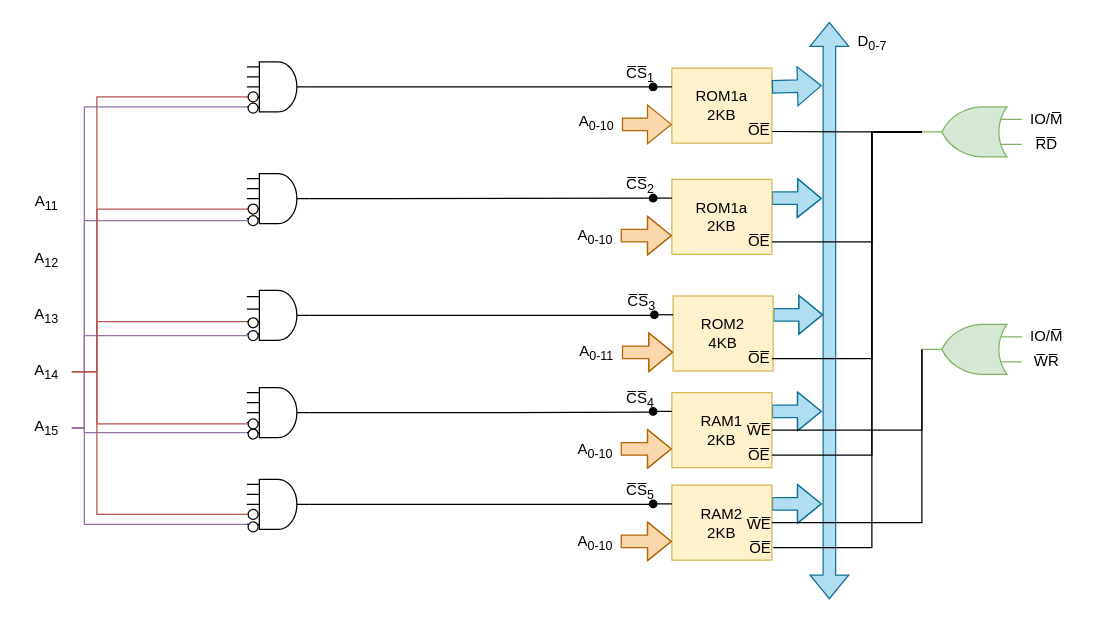
This is Exercise6_b_Circuit.drawio from konstantinosk31/Microcomputer-Systems, a draw.io file, before an edit. Source tidied: cells renumbered, new cells numbered last; positions are measured from the earlier drawing's top-left corner, leaving out a move shared by most shapes. Both pictures are drawn from the tidied source at 125%, with x=0, y=0 at pixel (21, 21).
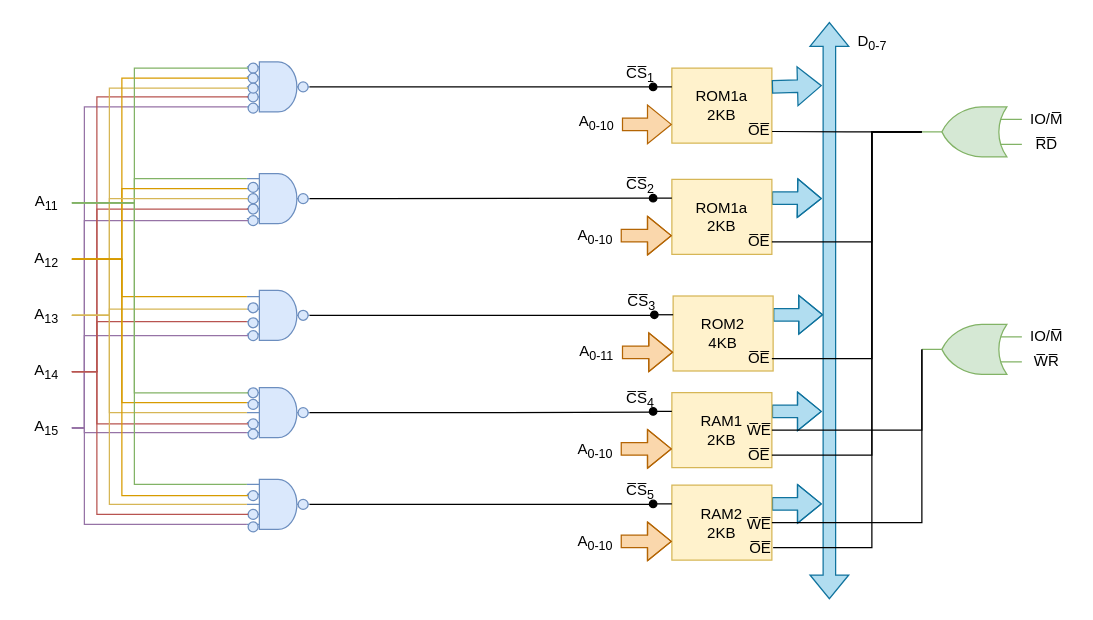
The same page after the edit.

The change refers to these unchanged cells:
```xml
<mxCell id="6" value="A&lt;sub&gt;11&lt;/sub&gt;" style="text;html=1;align=center;verticalAlign=middle;whiteSpace=wrap;rounded=0;flipV=1;flipH=0;" parent="1" vertex="1">
  <mxGeometry y="134.7" width="40" height="20" as="geometry" />
</mxCell>
<mxCell id="7" value="A&lt;sub&gt;12&lt;/sub&gt;" style="text;html=1;align=center;verticalAlign=middle;whiteSpace=wrap;rounded=0;flipV=1;flipH=0;" parent="1" vertex="1">
  <mxGeometry y="179.7" width="40" height="20" as="geometry" />
</mxCell>
<mxCell id="8" value="A&lt;sub&gt;13&lt;/sub&gt;" style="text;html=1;align=center;verticalAlign=middle;whiteSpace=wrap;rounded=0;flipV=1;flipH=0;" parent="1" vertex="1">
  <mxGeometry y="224.7" width="40" height="20" as="geometry" />
</mxCell>
```

Change to the diagram source:
```diff
@@
-    <mxCell id="64" style="verticalLabelPosition=bottom;shadow=0;dashed=0;align=center;html=1;verticalAlign=top;shape=mxgraph.electrical.logic_gates.logic_gate;operation=and;numInputs=5;" parent="1" vertex="1">
+    <mxCell id="64" style="verticalLabelPosition=bottom;shadow=0;dashed=0;align=center;html=1;verticalAlign=top;shape=mxgraph.electrical.logic_gates.logic_gate;operation=and;numInputs=5;fillColor=#dae8fc;strokeColor=#6c8ebf;" parent="1" vertex="1">
       <mxGeometry x="180" y="32" width="50" height="40" as="geometry" />
     </mxCell>
-    <mxCell id="65" style="verticalLabelPosition=bottom;shadow=0;dashed=0;align=center;html=1;verticalAlign=top;shape=mxgraph.electrical.logic_gates.logic_gate;operation=and;numInputs=5;" parent="1" vertex="1">
+    <mxCell id="65" style="verticalLabelPosition=bottom;shadow=0;dashed=0;align=center;html=1;verticalAlign=top;shape=mxgraph.electrical.logic_gates.logic_gate;operation=and;numInputs=5;fillColor=#dae8fc;strokeColor=#6c8ebf;" parent="1" vertex="1">
       <mxGeometry x="180" y="121.4" width="50" height="40" as="geometry" />
     </mxCell>
-    <mxCell id="66" style="verticalLabelPosition=bottom;shadow=0;dashed=0;align=center;html=1;verticalAlign=top;shape=mxgraph.electrical.logic_gates.logic_gate;operation=and;numInputs=4;" parent="1" vertex="1">
+    <mxCell id="66" style="verticalLabelPosition=bottom;shadow=0;dashed=0;align=center;html=1;verticalAlign=top;shape=mxgraph.electrical.logic_gates.logic_gate;operation=and;numInputs=4;fillColor=#dae8fc;strokeColor=#6c8ebf;" parent="1" vertex="1">
       <mxGeometry x="180" y="214.7" width="50" height="40" as="geometry" />
     </mxCell>
-    <mxCell id="67" style="verticalLabelPosition=bottom;shadow=0;dashed=0;align=center;html=1;verticalAlign=top;shape=mxgraph.electrical.logic_gates.logic_gate;operation=and;numInputs=5;" parent="1" vertex="1">
+    <mxCell id="67" style="verticalLabelPosition=bottom;shadow=0;dashed=0;align=center;html=1;verticalAlign=top;shape=mxgraph.electrical.logic_gates.logic_gate;operation=and;numInputs=5;fillColor=#dae8fc;strokeColor=#6c8ebf;" parent="1" vertex="1">
       <mxGeometry x="180" y="292.6" width="50" height="40" as="geometry" />
     </mxCell>
-    <mxCell id="68" style="verticalLabelPosition=bottom;shadow=0;dashed=0;align=center;html=1;verticalAlign=top;shape=mxgraph.electrical.logic_gates.logic_gate;operation=and;numInputs=5;" parent="1" vertex="1">
+    <mxCell id="68" style="verticalLabelPosition=bottom;shadow=0;dashed=0;align=center;html=1;verticalAlign=top;shape=mxgraph.electrical.logic_gates.logic_gate;operation=and;numInputs=5;fillColor=#dae8fc;strokeColor=#6c8ebf;" parent="1" vertex="1">
       <mxGeometry x="180" y="366" width="50" height="40" as="geometry" />
     </mxCell>
-    <mxCell id="69" style="verticalLabelPosition=bottom;shadow=0;dashed=0;align=center;html=1;verticalAlign=top;shape=mxgraph.electrical.logic_gates.inverting_contact;" parent="1" vertex="1">
+    <mxCell id="69" style="verticalLabelPosition=bottom;shadow=0;dashed=0;align=center;html=1;verticalAlign=top;shape=mxgraph.electrical.logic_gates.inverting_contact;fillColor=#dae8fc;strokeColor=#6c8ebf;" parent="1" vertex="1">
       <mxGeometry x="180" y="55" width="10" height="10" as="geometry" />
     </mxCell>
-    <mxCell id="70" style="verticalLabelPosition=bottom;shadow=0;dashed=0;align=center;html=1;verticalAlign=top;shape=mxgraph.electrical.logic_gates.inverting_contact;" parent="1" vertex="1">
+    <mxCell id="70" style="verticalLabelPosition=bottom;shadow=0;dashed=0;align=center;html=1;verticalAlign=top;shape=mxgraph.electrical.logic_gates.inverting_contact;fillColor=#dae8fc;strokeColor=#6c8ebf;" parent="1" vertex="1">
       <mxGeometry x="180" y="64" width="10" height="10" as="geometry" />
     </mxCell>
-    <mxCell id="71" style="verticalLabelPosition=bottom;shadow=0;dashed=0;align=center;html=1;verticalAlign=top;shape=mxgraph.electrical.logic_gates.inverting_contact;" parent="1" vertex="1">
+    <mxCell id="71" style="verticalLabelPosition=bottom;shadow=0;dashed=0;align=center;html=1;verticalAlign=top;shape=mxgraph.electrical.logic_gates.inverting_contact;fillColor=#dae8fc;strokeColor=#6c8ebf;" parent="1" vertex="1">
       <mxGeometry x="180" y="144.7" width="10" height="10" as="geometry" />
     </mxCell>
-    <mxCell id="72" style="verticalLabelPosition=bottom;shadow=0;dashed=0;align=center;html=1;verticalAlign=top;shape=mxgraph.electrical.logic_gates.inverting_contact;" parent="1" vertex="1">
+    <mxCell id="72" style="verticalLabelPosition=bottom;shadow=0;dashed=0;align=center;html=1;verticalAlign=top;shape=mxgraph.electrical.logic_gates.inverting_contact;fillColor=#dae8fc;strokeColor=#6c8ebf;" parent="1" vertex="1">
       <mxGeometry x="180" y="154" width="10" height="10" as="geometry" />
     </mxCell>
-    <mxCell id="73" style="verticalLabelPosition=bottom;shadow=0;dashed=0;align=center;html=1;verticalAlign=top;shape=mxgraph.electrical.logic_gates.inverting_contact;" parent="1" vertex="1">
+    <mxCell id="73" style="verticalLabelPosition=bottom;shadow=0;dashed=0;align=center;html=1;verticalAlign=top;shape=mxgraph.electrical.logic_gates.inverting_contact;fillColor=#dae8fc;strokeColor=#6c8ebf;" parent="1" vertex="1">
       <mxGeometry x="180" y="235.7" width="10" height="10" as="geometry" />
     </mxCell>
-    <mxCell id="74" style="verticalLabelPosition=bottom;shadow=0;dashed=0;align=center;html=1;verticalAlign=top;shape=mxgraph.electrical.logic_gates.inverting_contact;" parent="1" vertex="1">
+    <mxCell id="74" style="verticalLabelPosition=bottom;shadow=0;dashed=0;align=center;html=1;verticalAlign=top;shape=mxgraph.electrical.logic_gates.inverting_contact;fillColor=#dae8fc;strokeColor=#6c8ebf;" parent="1" vertex="1">
       <mxGeometry x="180" y="246" width="10" height="10" as="geometry" />
     </mxCell>
-    <mxCell id="75" style="verticalLabelPosition=bottom;shadow=0;dashed=0;align=center;html=1;verticalAlign=top;shape=mxgraph.electrical.logic_gates.inverting_contact;" parent="1" vertex="1">
+    <mxCell id="75" style="verticalLabelPosition=bottom;shadow=0;dashed=0;align=center;html=1;verticalAlign=top;shape=mxgraph.electrical.logic_gates.inverting_contact;fillColor=#dae8fc;strokeColor=#6c8ebf;" parent="1" vertex="1">
       <mxGeometry x="180" y="316.6" width="10" height="10" as="geometry" />
     </mxCell>
-    <mxCell id="76" style="verticalLabelPosition=bottom;shadow=0;dashed=0;align=center;html=1;verticalAlign=top;shape=mxgraph.electrical.logic_gates.inverting_contact;" parent="1" vertex="1">
+    <mxCell id="76" style="verticalLabelPosition=bottom;shadow=0;dashed=0;align=center;html=1;verticalAlign=top;shape=mxgraph.electrical.logic_gates.inverting_contact;fillColor=#dae8fc;strokeColor=#6c8ebf;" parent="1" vertex="1">
       <mxGeometry x="180" y="324.7" width="10" height="10" as="geometry" />
     </mxCell>
-    <mxCell id="77" style="verticalLabelPosition=bottom;shadow=0;dashed=0;align=center;html=1;verticalAlign=top;shape=mxgraph.electrical.logic_gates.inverting_contact;" parent="1" vertex="1">
+    <mxCell id="77" style="verticalLabelPosition=bottom;shadow=0;dashed=0;align=center;html=1;verticalAlign=top;shape=mxgraph.electrical.logic_gates.inverting_contact;fillColor=#dae8fc;strokeColor=#6c8ebf;" parent="1" vertex="1">
       <mxGeometry x="180" y="389" width="10" height="10" as="geometry" />
     </mxCell>
-    <mxCell id="78" style="verticalLabelPosition=bottom;shadow=0;dashed=0;align=center;html=1;verticalAlign=top;shape=mxgraph.electrical.logic_gates.inverting_contact;" parent="1" vertex="1">
+    <mxCell id="78" style="verticalLabelPosition=bottom;shadow=0;dashed=0;align=center;html=1;verticalAlign=top;shape=mxgraph.electrical.logic_gates.inverting_contact;fillColor=#dae8fc;strokeColor=#6c8ebf;" parent="1" vertex="1">
       <mxGeometry x="180" y="399" width="10" height="10" as="geometry" />
     </mxCell>
@@
+    <mxCell id="89" style="verticalLabelPosition=bottom;shadow=0;dashed=0;align=center;html=1;verticalAlign=top;shape=mxgraph.electrical.logic_gates.inverting_contact;fillColor=#dae8fc;strokeColor=#6c8ebf;" parent="1" vertex="1">
+      <mxGeometry x="180" y="32" width="10" height="10" as="geometry" />
+    </mxCell>
+    <mxCell id="90" style="verticalLabelPosition=bottom;shadow=0;dashed=0;align=center;html=1;verticalAlign=top;shape=mxgraph.electrical.logic_gates.inverting_contact;fillColor=#dae8fc;strokeColor=#6c8ebf;" parent="1" vertex="1">
+      <mxGeometry x="180" y="40" width="10" height="10" as="geometry" />
+    </mxCell>
+    <mxCell id="91" style="verticalLabelPosition=bottom;shadow=0;dashed=0;align=center;html=1;verticalAlign=top;shape=mxgraph.electrical.logic_gates.inverting_contact;fillColor=#dae8fc;strokeColor=#6c8ebf;" parent="1" vertex="1">
+      <mxGeometry x="180" y="48" width="10" height="10" as="geometry" />
+    </mxCell>
+    <mxCell id="92" style="edgeStyle=orthogonalEdgeStyle;rounded=0;jettySize=auto;html=1;exitX=1;exitY=0.5;exitDx=0;exitDy=0;entryX=0.1;entryY=0.5;entryDx=0;entryDy=0;entryPerimeter=0;fillColor=#fff2cc;strokeColor=#d6b656;endArrow=none;endFill=0;" parent="1" edge="1" source="8" target="91">
+      <mxGeometry relative="1" as="geometry">
+        <Array as="points">
+          <mxPoint x="70" y="235" />
+          <mxPoint x="70" y="53" />
+        </Array>
+      </mxGeometry>
+    </mxCell>
+    <mxCell id="93" style="verticalLabelPosition=bottom;shadow=0;dashed=0;align=center;html=1;verticalAlign=top;shape=mxgraph.electrical.logic_gates.inverting_contact;fillColor=#dae8fc;strokeColor=#6c8ebf;" parent="1" vertex="1">
+      <mxGeometry x="220" y="47" width="10" height="10" as="geometry" />
+    </mxCell>
+    <mxCell id="94" style="verticalLabelPosition=bottom;shadow=0;dashed=0;align=center;html=1;verticalAlign=top;shape=mxgraph.electrical.logic_gates.inverting_contact;fillColor=#dae8fc;strokeColor=#6c8ebf;" parent="1" vertex="1">
+      <mxGeometry x="220" y="136.4" width="10" height="10" as="geometry" />
+    </mxCell>
+    <mxCell id="95" style="verticalLabelPosition=bottom;shadow=0;dashed=0;align=center;html=1;verticalAlign=top;shape=mxgraph.electrical.logic_gates.inverting_contact;fillColor=#dae8fc;strokeColor=#6c8ebf;" parent="1" vertex="1">
+      <mxGeometry x="220" y="229.7" width="10" height="10" as="geometry" />
+    </mxCell>
+    <mxCell id="96" style="verticalLabelPosition=bottom;shadow=0;dashed=0;align=center;html=1;verticalAlign=top;shape=mxgraph.electrical.logic_gates.inverting_contact;fillColor=#dae8fc;strokeColor=#6c8ebf;" parent="1" vertex="1">
+      <mxGeometry x="220" y="307.6" width="10" height="10" as="geometry" />
+    </mxCell>
+    <mxCell id="97" style="verticalLabelPosition=bottom;shadow=0;dashed=0;align=center;html=1;verticalAlign=top;shape=mxgraph.electrical.logic_gates.inverting_contact;fillColor=#dae8fc;strokeColor=#6c8ebf;" parent="1" vertex="1">
+      <mxGeometry x="220" y="381" width="10" height="10" as="geometry" />
+    </mxCell>
+    <mxCell id="98" style="edgeStyle=orthogonalEdgeStyle;rounded=0;jettySize=auto;html=1;exitX=1;exitY=0.5;exitDx=0;exitDy=0;entryX=0.1;entryY=0.5;entryDx=0;entryDy=0;entryPerimeter=0;fillColor=#ffe6cc;strokeColor=#d79b00;endArrow=none;endFill=0;" parent="1" edge="1" source="7" target="90">
+      <mxGeometry relative="1" as="geometry">
+        <Array as="points">
+          <mxPoint x="80" y="190" />
+          <mxPoint x="80" y="45" />
+        </Array>
+      </mxGeometry>
+    </mxCell>
+    <mxCell id="99" style="edgeStyle=orthogonalEdgeStyle;rounded=0;jettySize=auto;html=1;exitX=1;exitY=0.5;exitDx=0;exitDy=0;entryX=0.1;entryY=0.5;entryDx=0;entryDy=0;entryPerimeter=0;fillColor=#d5e8d4;strokeColor=#82b366;endArrow=none;endFill=0;" parent="1" edge="1" source="6" target="89">
+      <mxGeometry relative="1" as="geometry">
+        <Array as="points">
+          <mxPoint x="90" y="145" />
+          <mxPoint x="90" y="37" />
+        </Array>
+      </mxGeometry>
+    </mxCell>
+    <mxCell id="100" style="verticalLabelPosition=bottom;shadow=0;dashed=0;align=center;html=1;verticalAlign=top;shape=mxgraph.electrical.logic_gates.inverting_contact;fillColor=#dae8fc;strokeColor=#6c8ebf;" parent="1" vertex="1">
+      <mxGeometry x="180" y="136.4" width="10" height="10" as="geometry" />
+    </mxCell>
+    <mxCell id="101" style="verticalLabelPosition=bottom;shadow=0;dashed=0;align=center;html=1;verticalAlign=top;shape=mxgraph.electrical.logic_gates.inverting_contact;fillColor=#dae8fc;strokeColor=#6c8ebf;" parent="1" vertex="1">
+      <mxGeometry x="180" y="127.4" width="10" height="10" as="geometry" />
+    </mxCell>
+    <mxCell id="102" style="edgeStyle=orthogonalEdgeStyle;rounded=0;jettySize=auto;html=1;exitX=1;exitY=0.5;exitDx=0;exitDy=0;entryX=0;entryY=0.1;entryDx=0;entryDy=0;entryPerimeter=0;fillColor=#d5e8d4;strokeColor=#82b366;endArrow=none;endFill=0;" parent="1" edge="1" source="6" target="65">
+      <mxGeometry relative="1" as="geometry">
+        <Array as="points">
+          <mxPoint x="90" y="145" />
+          <mxPoint x="90" y="125" />
+        </Array>
+      </mxGeometry>
+    </mxCell>
+    <mxCell id="103" style="edgeStyle=orthogonalEdgeStyle;rounded=0;jettySize=auto;html=1;exitX=1;exitY=0.5;exitDx=0;exitDy=0;entryX=0;entryY=0.30000000000000004;entryDx=0;entryDy=0;entryPerimeter=0;fillColor=#ffe6cc;strokeColor=#d79b00;endArrow=none;endFill=0;" parent="1" edge="1" source="7" target="65">
+      <mxGeometry relative="1" as="geometry">
+        <Array as="points">
+          <mxPoint x="80" y="190" />
+          <mxPoint x="80" y="133" />
+        </Array>
+      </mxGeometry>
+    </mxCell>
+    <mxCell id="104" style="edgeStyle=orthogonalEdgeStyle;rounded=0;jettySize=auto;html=1;exitX=1;exitY=0.5;exitDx=0;exitDy=0;entryX=0.1;entryY=0.5;entryDx=0;entryDy=0;entryPerimeter=0;fillColor=#fff2cc;strokeColor=#d6b656;endArrow=none;endFill=0;" parent="1" edge="1" source="8" target="100">
+      <mxGeometry relative="1" as="geometry">
+        <Array as="points">
+          <mxPoint x="70" y="235" />
+          <mxPoint x="70" y="141" />
+        </Array>
+      </mxGeometry>
+    </mxCell>
+    <mxCell id="105" style="verticalLabelPosition=bottom;shadow=0;dashed=0;align=center;html=1;verticalAlign=top;shape=mxgraph.electrical.logic_gates.inverting_contact;fillColor=#dae8fc;strokeColor=#6c8ebf;" parent="1" vertex="1">
+      <mxGeometry x="180" y="223.7" width="10" height="10" as="geometry" />
+    </mxCell>
+    <mxCell id="106" style="edgeStyle=orthogonalEdgeStyle;rounded=0;jettySize=auto;html=1;exitX=1;exitY=0.5;exitDx=0;exitDy=0;entryX=0;entryY=0.375;entryDx=0;entryDy=0;entryPerimeter=0;fillColor=#fff2cc;strokeColor=#d6b656;endArrow=none;endFill=0;" parent="1" edge="1" source="8" target="66">
+      <mxGeometry relative="1" as="geometry">
+        <Array as="points">
+          <mxPoint x="70" y="235" />
+          <mxPoint x="70" y="230" />
+        </Array>
+      </mxGeometry>
+    </mxCell>
+    <mxCell id="107" style="edgeStyle=orthogonalEdgeStyle;rounded=0;jettySize=auto;html=1;exitX=1;exitY=0.5;exitDx=0;exitDy=0;entryX=0;entryY=0.125;entryDx=0;entryDy=0;entryPerimeter=0;fillColor=#ffe6cc;strokeColor=#d79b00;endArrow=none;endFill=0;" parent="1" edge="1" source="7" target="66">
+      <mxGeometry relative="1" as="geometry">
+        <Array as="points">
+          <mxPoint x="80" y="190" />
+          <mxPoint x="80" y="220" />
+        </Array>
+      </mxGeometry>
+    </mxCell>
+    <mxCell id="108" style="verticalLabelPosition=bottom;shadow=0;dashed=0;align=center;html=1;verticalAlign=top;shape=mxgraph.electrical.logic_gates.inverting_contact;fillColor=#dae8fc;strokeColor=#6c8ebf;" parent="1" vertex="1">
+      <mxGeometry x="180" y="301" width="10" height="10" as="geometry" />
+    </mxCell>
+    <mxCell id="109" style="verticalLabelPosition=bottom;shadow=0;dashed=0;align=center;html=1;verticalAlign=top;shape=mxgraph.electrical.logic_gates.inverting_contact;fillColor=#dae8fc;strokeColor=#6c8ebf;" parent="1" vertex="1">
+      <mxGeometry x="180" y="291.7" width="10" height="10" as="geometry" />
+    </mxCell>
+    <mxCell id="110" style="edgeStyle=orthogonalEdgeStyle;rounded=0;jettySize=auto;html=1;exitX=1;exitY=0.5;exitDx=0;exitDy=0;entryX=0;entryY=0.5;entryDx=0;entryDy=0;entryPerimeter=0;fillColor=#fff2cc;strokeColor=#d6b656;endArrow=none;endFill=0;" parent="1" edge="1" source="8" target="67">
+      <mxGeometry relative="1" as="geometry">
+        <Array as="points">
+          <mxPoint x="70" y="235" />
+          <mxPoint x="70" y="313" />
+        </Array>
+      </mxGeometry>
+    </mxCell>
+    <mxCell id="111" style="edgeStyle=orthogonalEdgeStyle;rounded=0;jettySize=auto;html=1;exitX=1;exitY=0.5;exitDx=0;exitDy=0;entryX=0;entryY=0.30000000000000004;entryDx=0;entryDy=0;entryPerimeter=0;fillColor=#ffe6cc;strokeColor=#d79b00;endArrow=none;endFill=0;" parent="1" edge="1" source="7" target="67">
+      <mxGeometry relative="1" as="geometry">
+        <Array as="points">
+          <mxPoint x="80" y="190" />
+          <mxPoint x="80" y="305" />
+        </Array>
+      </mxGeometry>
+    </mxCell>
+    <mxCell id="112" style="edgeStyle=orthogonalEdgeStyle;rounded=0;jettySize=auto;html=1;exitX=1;exitY=0.5;exitDx=0;exitDy=0;entryX=0.1;entryY=0.5;entryDx=0;entryDy=0;entryPerimeter=0;fillColor=#d5e8d4;strokeColor=#82b366;endArrow=none;endFill=0;" parent="1" edge="1" source="6" target="109">
+      <mxGeometry relative="1" as="geometry">
+        <Array as="points">
+          <mxPoint x="90" y="145" />
+          <mxPoint x="90" y="297" />
+        </Array>
+      </mxGeometry>
+    </mxCell>
+    <mxCell id="113" style="verticalLabelPosition=bottom;shadow=0;dashed=0;align=center;html=1;verticalAlign=top;shape=mxgraph.electrical.logic_gates.inverting_contact;fillColor=#dae8fc;strokeColor=#6c8ebf;" parent="1" vertex="1">
+      <mxGeometry x="180" y="374" width="10" height="10" as="geometry" />
+    </mxCell>
+    <mxCell id="114" style="edgeStyle=orthogonalEdgeStyle;rounded=0;jettySize=auto;html=1;exitX=1;exitY=0.5;exitDx=0;exitDy=0;entryX=0;entryY=0.5;entryDx=0;entryDy=0;entryPerimeter=0;fillColor=#fff2cc;strokeColor=#d6b656;endArrow=none;endFill=0;" parent="1" edge="1" source="8" target="68">
+      <mxGeometry relative="1" as="geometry">
+        <Array as="points">
+          <mxPoint x="70" y="235" />
+          <mxPoint x="70" y="386" />
+        </Array>
+      </mxGeometry>
+    </mxCell>
+    <mxCell id="115" style="edgeStyle=orthogonalEdgeStyle;rounded=0;jettySize=auto;html=1;exitX=1;exitY=0.5;exitDx=0;exitDy=0;entryX=0.1;entryY=0.5;entryDx=0;entryDy=0;entryPerimeter=0;fillColor=#ffe6cc;strokeColor=#d79b00;endArrow=none;endFill=0;" parent="1" edge="1" source="7" target="113">
+      <mxGeometry relative="1" as="geometry">
+        <Array as="points">
+          <mxPoint x="80" y="190" />
+          <mxPoint x="80" y="379" />
+        </Array>
+      </mxGeometry>
+    </mxCell>
+    <mxCell id="116" style="edgeStyle=orthogonalEdgeStyle;rounded=0;jettySize=auto;html=1;exitX=1;exitY=0.5;exitDx=0;exitDy=0;entryX=0;entryY=0.1;entryDx=0;entryDy=0;entryPerimeter=0;fillColor=#d5e8d4;strokeColor=#82b366;endArrow=none;endFill=0;" parent="1" edge="1" source="6" target="68">
+      <mxGeometry relative="1" as="geometry">
+        <Array as="points">
+          <mxPoint x="90" y="145" />
+          <mxPoint x="90" y="370" />
+        </Array>
+      </mxGeometry>
+    </mxCell>
```
